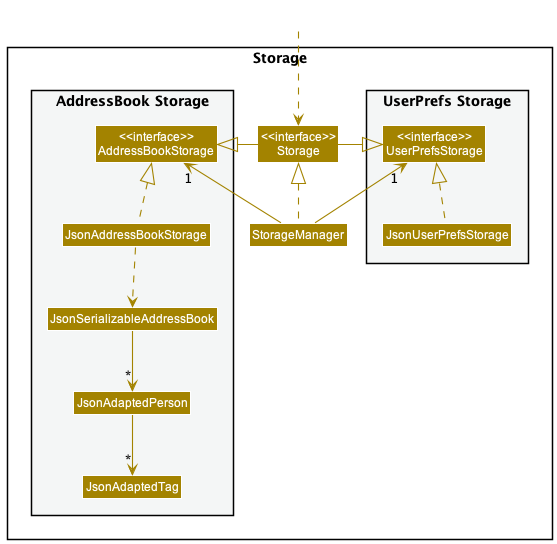
Above: docs/images/StorageClassDiagram.png in nus-cs2103-AY2223S1/tp (PlantUML), before the change.
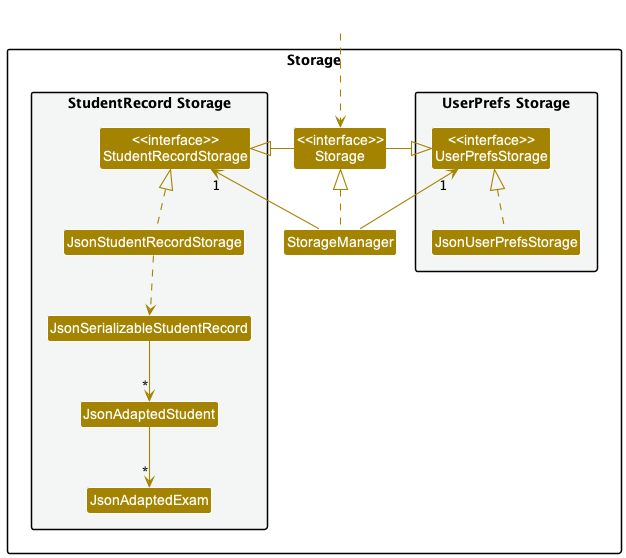
After the change.

Change to the diagram source:
```diff
@@ -14,12 +14,12 @@
 Class "<<interface>>\nStorage" as Storage
 Class StorageManager
 
-package "AddressBook Storage" #F4F6F6{
-Class "<<interface>>\nAddressBookStorage" as AddressBookStorage
-Class JsonAddressBookStorage
-Class JsonSerializableAddressBook
-Class JsonAdaptedPerson
-Class JsonAdaptedTag
+package "StudentRecord Storage" #F4F6F6{
+Class "<<interface>>\nStudentRecordStorage" as StudentRecordStorage
+Class JsonStudentRecordStorage
+Class JsonSerializableStudentRecord
+Class JsonAdaptedStudent
+Class JsonAdaptedExam
 }
 
 }
@@ -29,15 +29,15 @@
 
 StorageManager .up.|> Storage
 StorageManager -up-> "1" UserPrefsStorage
-StorageManager -up-> "1" AddressBookStorage
+StorageManager -up-> "1" StudentRecordStorage
 
 Storage -left-|> UserPrefsStorage
-Storage -right-|> AddressBookStorage
+Storage -right-|> StudentRecordStorage
 
 JsonUserPrefsStorage .up.|> UserPrefsStorage
-JsonAddressBookStorage .up.|> AddressBookStorage
-JsonAddressBookStorage ..> JsonSerializableAddressBook
-JsonSerializableAddressBook --> "*" JsonAdaptedPerson
-JsonAdaptedPerson --> "*" JsonAdaptedTag
+JsonStudentRecordStorage .up.|> StudentRecordStorage
+JsonStudentRecordStorage ..> JsonSerializableStudentRecord
+JsonSerializableStudentRecord --> "*" JsonAdaptedStudent
+JsonAdaptedStudent --> "*" JsonAdaptedExam
 
 @enduml
```
